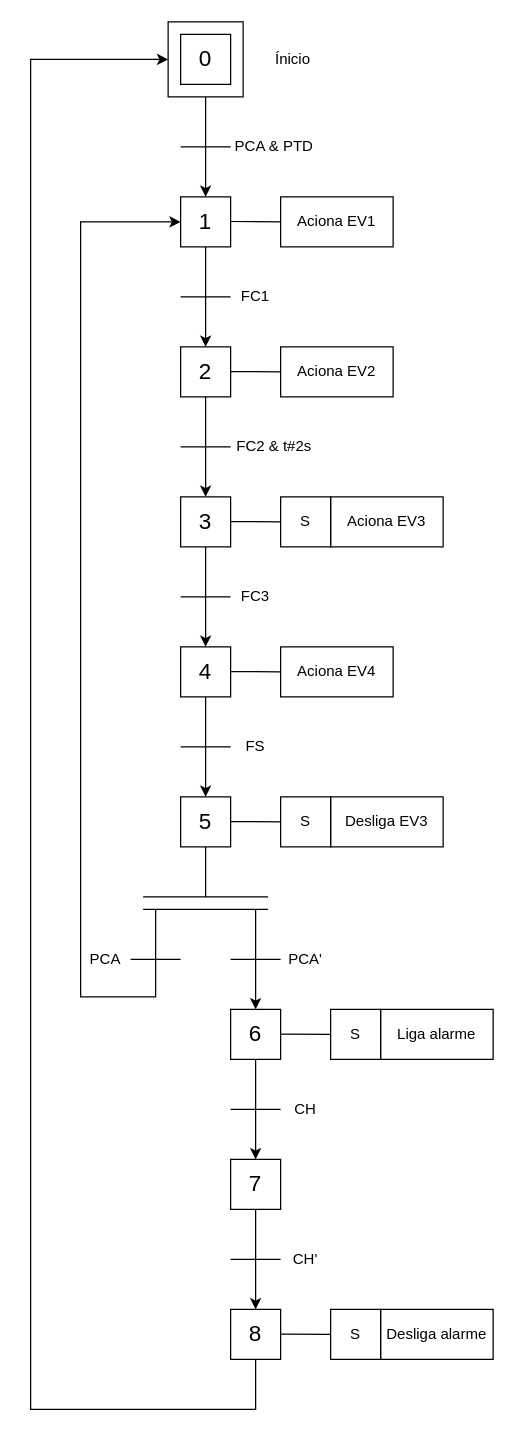
This is Experiência 2 - Máquina de estampar peças/Experimento2_CLP.drawio from pedroManuelP/Automa-o-Industrial, a draw.io file, before an edit. Source tidied: cells renumbered, new cells numbered last; positions are measured from the earlier drawing's top-left corner, leaving out a move shared by most shapes. Both pictures are drawn from the tidied source at 125%, with x=0, y=0 at pixel (30, 21).
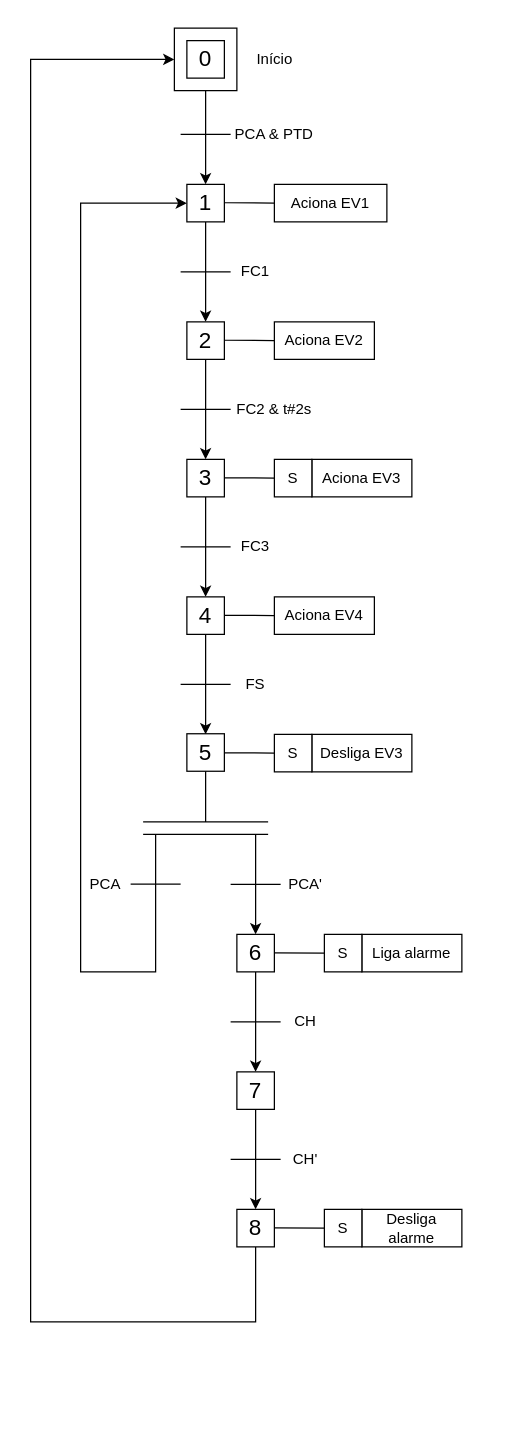
The same diagram, later.

Diff of the diagram source:
```diff
@@
     <mxCell id="2" style="rounded=0;whiteSpace=wrap;html=1;" parent="1" vertex="1">
-      <mxGeometry x="110" width="60" height="60" as="geometry" />
+      <mxGeometry x="115" y="5" width="50" height="50" as="geometry" />
     </mxCell>
     <mxCell id="3" value="&lt;font style=&quot;font-size: 18px;&quot;&gt;0&lt;/font&gt;" style="rounded=0;whiteSpace=wrap;html=1;" parent="1" vertex="1">
-      <mxGeometry x="120" y="10" width="40" height="40" as="geometry" />
+      <mxGeometry x="125" y="15" width="30" height="30" as="geometry" />
     </mxCell>
-    <mxCell id="4" value="&lt;div&gt;Ínicio&lt;/div&gt;" style="text;html=1;align=center;verticalAlign=middle;whiteSpace=wrap;rounded=0;" parent="1" vertex="1">
-      <mxGeometry x="180" y="15" width="60" height="30" as="geometry" />
+    <mxCell id="4" value="&lt;div&gt;Início&lt;/div&gt;" style="text;html=1;align=center;verticalAlign=middle;whiteSpace=wrap;rounded=0;" parent="1" vertex="1">
+      <mxGeometry x="172.5" y="15" width="45" height="30" as="geometry" />
     </mxCell>
     <mxCell id="5" value="&lt;font style=&quot;font-size: 18px;&quot;&gt;1&lt;/font&gt;" style="rounded=0;whiteSpace=wrap;html=1;" parent="1" vertex="1">
-      <mxGeometry x="120" y="140" width="40" height="40" as="geometry" />
+      <mxGeometry x="125" y="130" width="30" height="30" as="geometry" />
     </mxCell>
@@
     <mxCell id="7" style="endArrow=none;html=1;rounded=0;" parent="1" edge="1">
       <mxGeometry relative="1" as="geometry">
-        <mxPoint x="120" y="100" as="sourcePoint" />
-        <mxPoint x="160" y="100" as="targetPoint" />
+        <mxPoint x="120" y="90" as="sourcePoint" />
+        <mxPoint x="160" y="90" as="targetPoint" />
       </mxGeometry>
     </mxCell>
     <mxCell id="8" value="PCA &amp;amp; PTD" style="text;html=1;align=center;verticalAlign=middle;whiteSpace=wrap;rounded=0;" parent="1" vertex="1">
-      <mxGeometry x="160" y="90" width="70" height="20" as="geometry" />
+      <mxGeometry x="160" y="80" width="70" height="20" as="geometry" />
     </mxCell>
-    <mxCell id="9" value="Aciona EV1" style="rounded=0;whiteSpace=wrap;html=1;" parent="1" vertex="1">
-      <mxGeometry x="200" y="140" width="90" height="40" as="geometry" />
+    <mxCell id="9" value="&lt;font style=&quot;font-size: 12px;&quot;&gt;Aciona EV1&lt;/font&gt;" style="rounded=0;whiteSpace=wrap;html=1;" parent="1" vertex="1">
+      <mxGeometry x="195" y="130" width="90" height="30" as="geometry" />
     </mxCell>
     <mxCell id="10" style="endArrow=none;html=1;rounded=0;exitX=1;exitY=0.5;exitDx=0;exitDy=0;" parent="1" edge="1">
       <mxGeometry relative="1" as="geometry">
-        <mxPoint x="160" y="159.7" as="sourcePoint" />
-        <mxPoint x="200" y="160" as="targetPoint" />
+        <mxPoint x="155" y="144.7" as="sourcePoint" />
+        <mxPoint x="195" y="145" as="targetPoint" />
       </mxGeometry>
     </mxCell>
     <mxCell id="11" style="endArrow=classic;html=1;rounded=0;exitX=0.5;exitY=1;exitDx=0;exitDy=0;entryX=0.5;entryY=0;entryDx=0;entryDy=0;" parent="1" edge="1">
       <mxGeometry relative="1" as="geometry">
-        <mxPoint x="140" y="180" as="sourcePoint" />
-        <mxPoint x="140" y="260" as="targetPoint" />
+        <mxPoint x="140" y="160" as="sourcePoint" />
+        <mxPoint x="140" y="240" as="targetPoint" />
       </mxGeometry>
     </mxCell>
     <mxCell id="12" style="endArrow=none;html=1;rounded=0;" parent="1" edge="1">
       <mxGeometry relative="1" as="geometry">
-        <mxPoint x="120" y="220" as="sourcePoint" />
-        <mxPoint x="160" y="220" as="targetPoint" />
+        <mxPoint x="120" y="200" as="sourcePoint" />
+        <mxPoint x="160" y="200" as="targetPoint" />
       </mxGeometry>
     </mxCell>
     <mxCell id="13" value="FC1" style="text;html=1;align=center;verticalAlign=middle;whiteSpace=wrap;rounded=0;" parent="1" vertex="1">
-      <mxGeometry x="160" y="210" width="40" height="20" as="geometry" />
+      <mxGeometry x="160" y="190" width="40" height="20" as="geometry" />
     </mxCell>
     <mxCell id="14" value="&lt;font style=&quot;font-size: 18px;&quot;&gt;2&lt;/font&gt;" style="rounded=0;whiteSpace=wrap;html=1;" parent="1" vertex="1">
-      <mxGeometry x="120" y="260" width="40" height="40" as="geometry" />
+      <mxGeometry x="125" y="240" width="30" height="30" as="geometry" />
     </mxCell>
     <mxCell id="15" value="Aciona EV2" style="rounded=0;whiteSpace=wrap;html=1;" parent="1" vertex="1">
-      <mxGeometry x="200" y="260" width="90" height="40" as="geometry" />
+      <mxGeometry x="195" y="240" width="80" height="30" as="geometry" />
     </mxCell>
     <mxCell id="16" style="endArrow=none;html=1;rounded=0;exitX=1;exitY=0.5;exitDx=0;exitDy=0;" parent="1" edge="1">
       <mxGeometry relative="1" as="geometry">
-        <mxPoint x="160" y="279.7" as="sourcePoint" />
-        <mxPoint x="200" y="280" as="targetPoint" />
+        <mxPoint x="155" y="254.7" as="sourcePoint" />
+        <mxPoint x="195" y="255" as="targetPoint" />
       </mxGeometry>
     </mxCell>
     <mxCell id="17" style="endArrow=classic;html=1;rounded=0;exitX=0.5;exitY=1;exitDx=0;exitDy=0;entryX=0.5;entryY=0;entryDx=0;entryDy=0;" parent="1" edge="1">
       <mxGeometry relative="1" as="geometry">
-        <mxPoint x="140" y="300" as="sourcePoint" />
-        <mxPoint x="140" y="380" as="targetPoint" />
+        <mxPoint x="140" y="270" as="sourcePoint" />
+        <mxPoint x="140" y="350" as="targetPoint" />
       </mxGeometry>
     </mxCell>
     <mxCell id="18" style="endArrow=none;html=1;rounded=0;" parent="1" edge="1">
       <mxGeometry relative="1" as="geometry">
-        <mxPoint x="120" y="340" as="sourcePoint" />
-        <mxPoint x="160" y="340" as="targetPoint" />
+        <mxPoint x="120" y="310" as="sourcePoint" />
+        <mxPoint x="160" y="310" as="targetPoint" />
       </mxGeometry>
     </mxCell>
     <mxCell id="19" value="FC2 &amp;amp; t#2s" style="text;html=1;align=center;verticalAlign=middle;whiteSpace=wrap;rounded=0;" parent="1" vertex="1">
-      <mxGeometry x="160" y="330" width="70" height="20" as="geometry" />
+      <mxGeometry x="160" y="300" width="70" height="20" as="geometry" />
     </mxCell>
     <mxCell id="20" value="&lt;font style=&quot;font-size: 18px;&quot;&gt;3&lt;/font&gt;" style="rounded=0;whiteSpace=wrap;html=1;" parent="1" vertex="1">
-      <mxGeometry x="120" y="380" width="40" height="40" as="geometry" />
+      <mxGeometry x="125" y="350" width="30" height="30" as="geometry" />
     </mxCell>
     <mxCell id="21" value="Aciona EV3" style="rounded=0;whiteSpace=wrap;html=1;" parent="1" vertex="1">
-      <mxGeometry x="240" y="380" width="90" height="40" as="geometry" />
+      <mxGeometry x="225" y="350" width="80" height="30" as="geometry" />
     </mxCell>
     <mxCell id="22" style="endArrow=none;html=1;rounded=0;exitX=1;exitY=0.5;exitDx=0;exitDy=0;" parent="1" edge="1">
       <mxGeometry relative="1" as="geometry">
-        <mxPoint x="160" y="399.7" as="sourcePoint" />
-        <mxPoint x="200" y="400" as="targetPoint" />
+        <mxPoint x="155" y="364.7" as="sourcePoint" />
+        <mxPoint x="195" y="365" as="targetPoint" />
       </mxGeometry>
     </mxCell>
     <mxCell id="23" value="S" style="rounded=0;whiteSpace=wrap;html=1;" parent="1" vertex="1">
-      <mxGeometry x="200" y="380" width="40" height="40" as="geometry" />
+      <mxGeometry x="195" y="350" width="30" height="30" as="geometry" />
     </mxCell>
     <mxCell id="24" style="endArrow=classic;html=1;rounded=0;exitX=0.5;exitY=1;exitDx=0;exitDy=0;entryX=0.5;entryY=0;entryDx=0;entryDy=0;" parent="1" edge="1">
       <mxGeometry relative="1" as="geometry">
-        <mxPoint x="140" y="420" as="sourcePoint" />
-        <mxPoint x="140" y="500" as="targetPoint" />
+        <mxPoint x="140" y="380" as="sourcePoint" />
+        <mxPoint x="140" y="460" as="targetPoint" />
       </mxGeometry>
     </mxCell>
     <mxCell id="25" style="endArrow=none;html=1;rounded=0;" parent="1" edge="1">
       <mxGeometry relative="1" as="geometry">
-        <mxPoint x="120" y="460" as="sourcePoint" />
-        <mxPoint x="160" y="460" as="targetPoint" />
+        <mxPoint x="120" y="420" as="sourcePoint" />
+        <mxPoint x="160" y="420" as="targetPoint" />
       </mxGeometry>
     </mxCell>
     <mxCell id="26" value="FC3" style="text;html=1;align=center;verticalAlign=middle;whiteSpace=wrap;rounded=0;" parent="1" vertex="1">
-      <mxGeometry x="160" y="450" width="40" height="20" as="geometry" />
+      <mxGeometry x="160" y="410" width="40" height="20" as="geometry" />
     </mxCell>
     <mxCell id="27" value="&lt;font style=&quot;font-size: 18px;&quot;&gt;4&lt;/font&gt;" style="rounded=0;whiteSpace=wrap;html=1;" parent="1" vertex="1">
-      <mxGeometry x="120" y="500" width="40" height="40" as="geometry" />
+      <mxGeometry x="125" y="460" width="30" height="30" as="geometry" />
     </mxCell>
     <mxCell id="28" value="Aciona EV4" style="rounded=0;whiteSpace=wrap;html=1;" parent="1" vertex="1">
-      <mxGeometry x="200" y="500" width="90" height="40" as="geometry" />
+      <mxGeometry x="195" y="460" width="80" height="30" as="geometry" />
     </mxCell>
     <mxCell id="29" style="endArrow=none;html=1;rounded=0;exitX=1;exitY=0.5;exitDx=0;exitDy=0;" parent="1" edge="1">
       <mxGeometry relative="1" as="geometry">
-        <mxPoint x="160" y="519.7" as="sourcePoint" />
-        <mxPoint x="200" y="520" as="targetPoint" />
+        <mxPoint x="155" y="474.7" as="sourcePoint" />
+        <mxPoint x="195" y="475" as="targetPoint" />
       </mxGeometry>
     </mxCell>
     <mxCell id="30" style="endArrow=classic;html=1;rounded=0;exitX=0.5;exitY=1;exitDx=0;exitDy=0;entryX=0.5;entryY=0;entryDx=0;entryDy=0;" parent="1" edge="1">
       <mxGeometry relative="1" as="geometry">
-        <mxPoint x="140" y="540" as="sourcePoint" />
-        <mxPoint x="140" y="620" as="targetPoint" />
+        <mxPoint x="140" y="490" as="sourcePoint" />
+        <mxPoint x="140" y="570" as="targetPoint" />
       </mxGeometry>
     </mxCell>
     <mxCell id="31" style="endArrow=none;html=1;rounded=0;" parent="1" edge="1">
       <mxGeometry relative="1" as="geometry">
-        <mxPoint x="120" y="580" as="sourcePoint" />
-        <mxPoint x="160" y="580" as="targetPoint" />
+        <mxPoint x="120" y="530" as="sourcePoint" />
+        <mxPoint x="160" y="530" as="targetPoint" />
       </mxGeometry>
     </mxCell>
     <mxCell id="32" value="FS" style="text;html=1;align=center;verticalAlign=middle;whiteSpace=wrap;rounded=0;" parent="1" vertex="1">
-      <mxGeometry x="160" y="570" width="40" height="20" as="geometry" />
+      <mxGeometry x="160" y="520" width="40" height="20" as="geometry" />
     </mxCell>
     <mxCell id="33" value="&lt;font style=&quot;font-size: 18px;&quot;&gt;5&lt;/font&gt;" style="rounded=0;whiteSpace=wrap;html=1;" parent="1" vertex="1">
-      <mxGeometry x="120" y="620" width="40" height="40" as="geometry" />
+      <mxGeometry x="125" y="569.5" width="30" height="30" as="geometry" />
     </mxCell>
     <mxCell id="34" style="endArrow=none;html=1;rounded=0;exitX=1;exitY=0.5;exitDx=0;exitDy=0;" parent="1" edge="1">
       <mxGeometry relative="1" as="geometry">
-        <mxPoint x="160" y="639.7" as="sourcePoint" />
-        <mxPoint x="200" y="640" as="targetPoint" />
+        <mxPoint x="155" y="584.7" as="sourcePoint" />
+        <mxPoint x="195" y="585" as="targetPoint" />
       </mxGeometry>
     </mxCell>
     <mxCell id="35" value="Desliga EV3" style="rounded=0;whiteSpace=wrap;html=1;" parent="1" vertex="1">
-      <mxGeometry x="240" y="620" width="90" height="40" as="geometry" />
+      <mxGeometry x="225" y="570" width="80" height="30" as="geometry" />
     </mxCell>
     <mxCell id="36" value="S" style="rounded=0;whiteSpace=wrap;html=1;" parent="1" vertex="1">
-      <mxGeometry x="200" y="620" width="40" height="40" as="geometry" />
+      <mxGeometry x="195" y="570" width="30" height="30" as="geometry" />
     </mxCell>
     <mxCell id="37" style="endArrow=none;html=1;rounded=0;exitX=0.5;exitY=1;exitDx=0;exitDy=0;" parent="1" edge="1" source="33">
       <mxGeometry relative="1" as="geometry">
-        <mxPoint x="140" y="700" as="targetPoint" />
+        <mxPoint x="140" y="640" as="targetPoint" />
       </mxGeometry>
     </mxCell>
     <mxCell id="38" style="endArrow=none;html=1;rounded=0;" parent="1" edge="1">
       <mxGeometry relative="1" as="geometry">
-        <mxPoint x="90" y="700" as="sourcePoint" />
-        <mxPoint x="190" y="700" as="targetPoint" />
+        <mxPoint x="90" y="640" as="sourcePoint" />
+        <mxPoint x="190" y="640" as="targetPoint" />
       </mxGeometry>
     </mxCell>
     <mxCell id="39" style="endArrow=none;html=1;rounded=0;" parent="1" edge="1">
       <mxGeometry relative="1" as="geometry">
-        <mxPoint x="90" y="710" as="sourcePoint" />
-        <mxPoint x="190" y="710" as="targetPoint" />
+        <mxPoint x="90" y="650" as="sourcePoint" />
+        <mxPoint x="190" y="650" as="targetPoint" />
       </mxGeometry>
     </mxCell>
     <mxCell id="40" style="endArrow=classic;html=1;rounded=0;entryX=0;entryY=0.5;entryDx=0;entryDy=0;" parent="1" edge="1" target="5">
       <mxGeometry relative="1" as="geometry">
-        <mxPoint x="100" y="710" as="sourcePoint" />
+        <mxPoint x="100" y="650" as="sourcePoint" />
         <Array as="points">
-          <mxPoint x="100" y="780" />
-          <mxPoint x="40" y="780" />
-          <mxPoint x="40" y="160" />
+          <mxPoint x="100" y="760" />
+          <mxPoint x="40" y="760" />
+          <mxPoint x="40" y="145" />
         </Array>
       </mxGeometry>
     </mxCell>
     <mxCell id="41" style="endArrow=none;html=1;rounded=0;" parent="1" edge="1">
       <mxGeometry relative="1" as="geometry">
-        <mxPoint x="80" y="750" as="sourcePoint" />
-        <mxPoint x="120" y="750" as="targetPoint" />
+        <mxPoint x="80" y="689.7" as="sourcePoint" />
+        <mxPoint x="120" y="689.7" as="targetPoint" />
       </mxGeometry>
     </mxCell>
     <mxCell id="42" value="PCA" style="text;html=1;align=center;verticalAlign=middle;whiteSpace=wrap;rounded=0;" parent="1" vertex="1">
-      <mxGeometry x="40" y="740" width="40" height="20" as="geometry" />
+      <mxGeometry x="40" y="680" width="40" height="20" as="geometry" />
     </mxCell>
     <mxCell id="43" style="endArrow=classic;html=1;rounded=0;exitX=0.5;exitY=1;exitDx=0;exitDy=0;entryX=0.5;entryY=0;entryDx=0;entryDy=0;" parent="1" edge="1">
       <mxGeometry relative="1" as="geometry">
-        <mxPoint x="180" y="710" as="sourcePoint" />
-        <mxPoint x="180" y="790" as="targetPoint" />
+        <mxPoint x="180" y="650" as="sourcePoint" />
+        <mxPoint x="180" y="730" as="targetPoint" />
       </mxGeometry>
     </mxCell>
     <mxCell id="44" style="endArrow=none;html=1;rounded=0;" parent="1" edge="1">
       <mxGeometry relative="1" as="geometry">
-        <mxPoint x="160" y="750" as="sourcePoint" />
-        <mxPoint x="200" y="750" as="targetPoint" />
+        <mxPoint x="160" y="690" as="sourcePoint" />
+        <mxPoint x="200" y="690" as="targetPoint" />
       </mxGeometry>
     </mxCell>
     <mxCell id="45" value="PCA'" style="text;html=1;align=center;verticalAlign=middle;whiteSpace=wrap;rounded=0;" parent="1" vertex="1">
-      <mxGeometry x="200" y="740" width="40" height="20" as="geometry" />
+      <mxGeometry x="200" y="680" width="40" height="20" as="geometry" />
     </mxCell>
     <mxCell id="46" value="&lt;font style=&quot;font-size: 18px;&quot;&gt;6&lt;/font&gt;" style="rounded=0;whiteSpace=wrap;html=1;" parent="1" vertex="1">
-      <mxGeometry x="160" y="790" width="40" height="40" as="geometry" />
+      <mxGeometry x="165" y="730" width="30" height="30" as="geometry" />
     </mxCell>
     <mxCell id="47" style="endArrow=none;html=1;rounded=0;exitX=1;exitY=0.5;exitDx=0;exitDy=0;" parent="1" edge="1">
       <mxGeometry relative="1" as="geometry">
-        <mxPoint x="200" y="809.7" as="sourcePoint" />
-        <mxPoint x="240" y="810" as="targetPoint" />
+        <mxPoint x="195" y="744.7" as="sourcePoint" />
+        <mxPoint x="235" y="745" as="targetPoint" />
       </mxGeometry>
     </mxCell>
     <mxCell id="48" value="Liga alarme" style="rounded=0;whiteSpace=wrap;html=1;" parent="1" vertex="1">
-      <mxGeometry x="280" y="790" width="90" height="40" as="geometry" />
+      <mxGeometry x="265" y="730" width="80" height="30" as="geometry" />
     </mxCell>
     <mxCell id="49" value="S" style="rounded=0;whiteSpace=wrap;html=1;" parent="1" vertex="1">
-      <mxGeometry x="240" y="790" width="40" height="40" as="geometry" />
+      <mxGeometry x="235" y="730" width="30" height="30" as="geometry" />
     </mxCell>
     <mxCell id="50" style="endArrow=classic;html=1;rounded=0;exitX=0.5;exitY=1;exitDx=0;exitDy=0;entryX=0.5;entryY=0;entryDx=0;entryDy=0;" parent="1" edge="1">
       <mxGeometry relative="1" as="geometry">
-        <mxPoint x="180" y="830" as="sourcePoint" />
-        <mxPoint x="180" y="910" as="targetPoint" />
+        <mxPoint x="180" y="760" as="sourcePoint" />
+        <mxPoint x="180" y="840" as="targetPoint" />
       </mxGeometry>
     </mxCell>
     <mxCell id="51" style="endArrow=none;html=1;rounded=0;" parent="1" edge="1">
       <mxGeometry relative="1" as="geometry">
-        <mxPoint x="160" y="870" as="sourcePoint" />
-        <mxPoint x="200" y="870" as="targetPoint" />
+        <mxPoint x="160" y="800" as="sourcePoint" />
+        <mxPoint x="200" y="800" as="targetPoint" />
       </mxGeometry>
     </mxCell>
     <mxCell id="52" value="CH" style="text;html=1;align=center;verticalAlign=middle;whiteSpace=wrap;rounded=0;" parent="1" vertex="1">
-      <mxGeometry x="200" y="860" width="40" height="20" as="geometry" />
+      <mxGeometry x="200" y="790" width="40" height="20" as="geometry" />
     </mxCell>
     <mxCell id="53" value="&lt;font style=&quot;font-size: 18px;&quot;&gt;7&lt;/font&gt;" style="rounded=0;whiteSpace=wrap;html=1;" parent="1" vertex="1">
-      <mxGeometry x="160" y="910" width="40" height="40" as="geometry" />
+      <mxGeometry x="165" y="840" width="30" height="30" as="geometry" />
     </mxCell>
     <mxCell id="54" style="endArrow=classic;html=1;rounded=0;exitX=0.5;exitY=1;exitDx=0;exitDy=0;entryX=0.5;entryY=0;entryDx=0;entryDy=0;" parent="1" edge="1">
       <mxGeometry relative="1" as="geometry">
-        <mxPoint x="180" y="950" as="sourcePoint" />
-        <mxPoint x="180" y="1030" as="targetPoint" />
+        <mxPoint x="180" y="870" as="sourcePoint" />
+        <mxPoint x="180" y="950" as="targetPoint" />
       </mxGeometry>
     </mxCell>
     <mxCell id="55" style="endArrow=none;html=1;rounded=0;" parent="1" edge="1">
       <mxGeometry relative="1" as="geometry">
-        <mxPoint x="160" y="990" as="sourcePoint" />
-        <mxPoint x="200" y="990" as="targetPoint" />
+        <mxPoint x="160" y="910" as="sourcePoint" />
+        <mxPoint x="200" y="910" as="targetPoint" />
       </mxGeometry>
     </mxCell>
     <mxCell id="56" value="CH'" style="text;html=1;align=center;verticalAlign=middle;whiteSpace=wrap;rounded=0;" parent="1" vertex="1">
-      <mxGeometry x="200" y="980" width="40" height="20" as="geometry" />
+      <mxGeometry x="200" y="900" width="40" height="20" as="geometry" />
     </mxCell>
     <mxCell id="57" value="&lt;font style=&quot;font-size: 18px;&quot;&gt;8&lt;/font&gt;" style="rounded=0;whiteSpace=wrap;html=1;" parent="1" vertex="1">
-      <mxGeometry x="160" y="1030" width="40" height="40" as="geometry" />
+      <mxGeometry x="165" y="950" width="30" height="30" as="geometry" />
     </mxCell>
     <mxCell id="58" style="endArrow=none;html=1;rounded=0;exitX=1;exitY=0.5;exitDx=0;exitDy=0;" parent="1" edge="1">
       <mxGeometry relative="1" as="geometry">
-        <mxPoint x="200" y="1049.7" as="sourcePoint" />
-        <mxPoint x="240" y="1050" as="targetPoint" />
+        <mxPoint x="195" y="964.7" as="sourcePoint" />
+        <mxPoint x="235" y="965" as="targetPoint" />
       </mxGeometry>
     </mxCell>
     <mxCell id="59" value="Desliga alarme" style="rounded=0;whiteSpace=wrap;html=1;" parent="1" vertex="1">
-      <mxGeometry x="280" y="1030" width="90" height="40" as="geometry" />
+      <mxGeometry x="265" y="950" width="80" height="30" as="geometry" />
     </mxCell>
     <mxCell id="60" value="S" style="rounded=0;whiteSpace=wrap;html=1;" parent="1" vertex="1">
-      <mxGeometry x="240" y="1030" width="40" height="40" as="geometry" />
+      <mxGeometry x="235" y="950" width="30" height="30" as="geometry" />
     </mxCell>
     <mxCell id="61" style="endArrow=classic;html=1;rounded=0;exitX=0.5;exitY=1;exitDx=0;exitDy=0;entryX=0;entryY=0.5;entryDx=0;entryDy=0;" parent="1" edge="1" source="57" target="2">
       <mxGeometry relative="1" as="geometry">
         <Array as="points">
-          <mxPoint x="180" y="1110" />
-          <mxPoint y="1110" />
+          <mxPoint x="180" y="1040" />
+          <mxPoint y="1040" />
           <mxPoint y="30" />
         </Array>
       </mxGeometry>
     </mxCell>
```
